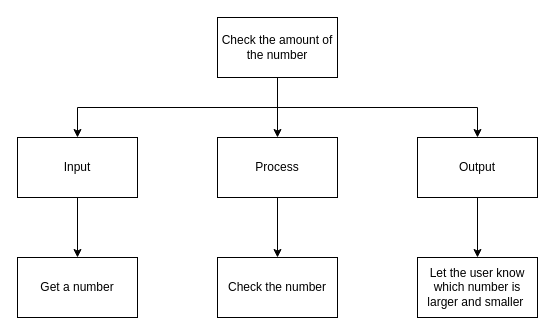
The draw.io diagram Top-Down.drawio in huihangisaac-ho/ICS3U-Assignment-4, before the edit. Source tidied: cells renumbered, new cells numbered last; positions are measured from the earlier drawing's top-left corner, leaving out a move shared by most shapes. Both pictures are drawn from the tidied source at 100%, with x=0, y=0 at pixel (17, 17).
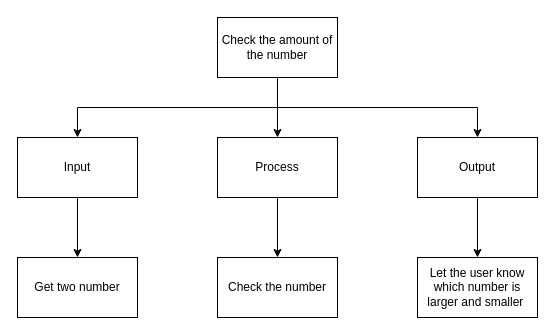
After the change.

What changed in the source:
```diff
@@
 <mxGraphModel>
   <root>
     <mxCell id="0" />
     <mxCell id="1" parent="0" />
     <mxCell id="2" style="edgeStyle=orthogonalEdgeStyle;rounded=0;html=1;exitX=0.5;exitY=1;exitDx=0;exitDy=0;" parent="1" edge="1" source="3" target="12">
       <mxGeometry relative="1" as="geometry" />
     </mxCell>
     <mxCell id="3" value="Input" style="rounded=0;whiteSpace=wrap;html=1;" parent="1" vertex="1">
       <mxGeometry y="120" width="120" height="60" as="geometry" />
     </mxCell>
     <mxCell id="4" style="edgeStyle=orthogonalEdgeStyle;rounded=0;html=1;exitX=0.5;exitY=1;exitDx=0;exitDy=0;" parent="1" edge="1" source="5" target="13">
       <mxGeometry relative="1" as="geometry" />
     </mxCell>
     <mxCell id="5" value="Process" style="rounded=0;whiteSpace=wrap;html=1;" parent="1" vertex="1">
       <mxGeometry x="200" y="120" width="120" height="60" as="geometry" />
     </mxCell>
     <mxCell id="6" style="edgeStyle=orthogonalEdgeStyle;rounded=0;html=1;exitX=0.5;exitY=1;exitDx=0;exitDy=0;" parent="1" edge="1" source="7" target="14">
       <mxGeometry relative="1" as="geometry" />
     </mxCell>
     <mxCell id="7" value="Output" style="rounded=0;whiteSpace=wrap;html=1;" parent="1" vertex="1">
       <mxGeometry x="400" y="120" width="120" height="60" as="geometry" />
     </mxCell>
     <mxCell id="8" style="edgeStyle=orthogonalEdgeStyle;html=1;exitX=0.5;exitY=1;exitDx=0;exitDy=0;rounded=0;" parent="1" edge="1" source="11" target="5">
       <mxGeometry relative="1" as="geometry" />
     </mxCell>
     <mxCell id="9" style="edgeStyle=orthogonalEdgeStyle;rounded=0;html=1;exitX=0.5;exitY=1;exitDx=0;exitDy=0;entryX=0.5;entryY=0;entryDx=0;entryDy=0;" parent="1" edge="1" source="11" target="3">
       <mxGeometry relative="1" as="geometry" />
     </mxCell>
     <mxCell id="10" style="edgeStyle=orthogonalEdgeStyle;rounded=0;html=1;exitX=0.5;exitY=1;exitDx=0;exitDy=0;" parent="1" edge="1" source="11" target="7">
       <mxGeometry relative="1" as="geometry" />
     </mxCell>
     <mxCell id="11" value="Check the amount of the number" style="rounded=0;whiteSpace=wrap;html=1;" parent="1" vertex="1">
       <mxGeometry x="200" width="120" height="60" as="geometry" />
     </mxCell>
-    <mxCell id="12" value="Get a number" style="rounded=0;whiteSpace=wrap;html=1;" parent="1" vertex="1">
+    <mxCell id="12" value="Get two number" style="rounded=0;whiteSpace=wrap;html=1;" parent="1" vertex="1">
       <mxGeometry y="240" width="120" height="60" as="geometry" />
     </mxCell>
     <mxCell id="13" value="Check the number" style="rounded=0;whiteSpace=wrap;html=1;" parent="1" vertex="1">
       <mxGeometry x="200" y="240" width="120" height="60" as="geometry" />
     </mxCell>
     <mxCell id="14" value="Let the user know which number is larger and smaller&amp;nbsp;" style="rounded=0;whiteSpace=wrap;html=1;" parent="1" vertex="1">
       <mxGeometry x="400" y="240" width="120" height="60" as="geometry" />
     </mxCell>
   </root>
 </mxGraphModel>
```
